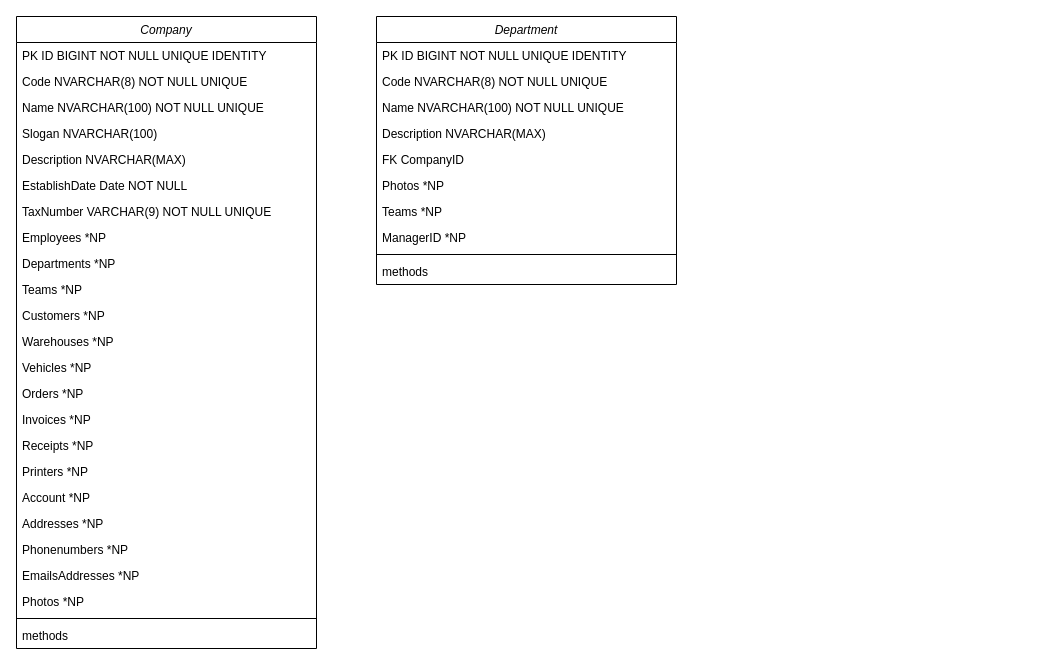
This is resources/diagrams/Class_Diagram.drawio from mjalbdour/mini_invoicer, a draw.io file, before an edit. Source tidied: cells renumbered, new cells numbered last; positions are measured from the earlier drawing's top-left corner, leaving out a move shared by most shapes. Both pictures are drawn from the tidied source at 100%, with x=0, y=0 at pixel (16, 16).
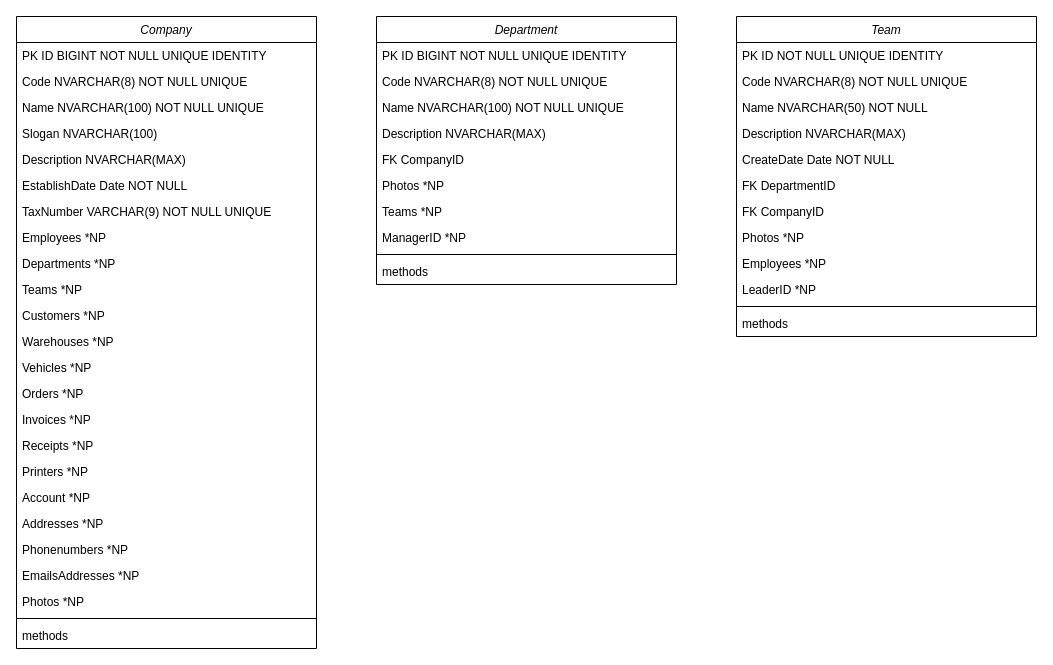
Above is the later version.

Commit message:
added Team Class

What changed in the source:
```diff
@@
+    <mxCell id="38" value="Team" style="swimlane;fontStyle=2;align=center;verticalAlign=top;horizontal=1;startSize=26;rounded=0;shadow=0;strokeWidth=1;" parent="1" vertex="1">
+      <mxGeometry x="720" width="300" height="320" as="geometry" />
+    </mxCell>
+    <mxCell id="39" value="PK ID NOT NULL UNIQUE IDENTITY" style="text;align=left;verticalAlign=top;spacingLeft=4;spacingRight=4;overflow=hidden;" parent="38" vertex="1">
+      <mxGeometry y="26" width="300" height="26" as="geometry" />
+    </mxCell>
+    <mxCell id="40" value="Code NVARCHAR(8) NOT NULL UNIQUE" style="text;align=left;verticalAlign=top;spacingLeft=4;spacingRight=4;overflow=hidden;" parent="38" vertex="1">
+      <mxGeometry y="52" width="300" height="26" as="geometry" />
+    </mxCell>
+    <mxCell id="41" value="Name NVARCHAR(50) NOT NULL" style="text;align=left;verticalAlign=top;spacingLeft=4;spacingRight=4;overflow=hidden;" parent="38" vertex="1">
+      <mxGeometry y="78" width="300" height="26" as="geometry" />
+    </mxCell>
+    <mxCell id="42" value="Description NVARCHAR(MAX)" style="text;align=left;verticalAlign=top;spacingLeft=4;spacingRight=4;overflow=hidden;" parent="38" vertex="1">
+      <mxGeometry y="104" width="300" height="26" as="geometry" />
+    </mxCell>
+    <mxCell id="43" value="CreateDate Date NOT NULL" style="text;align=left;verticalAlign=top;spacingLeft=4;spacingRight=4;overflow=hidden;" parent="38" vertex="1">
+      <mxGeometry y="130" width="300" height="26" as="geometry" />
+    </mxCell>
+    <mxCell id="44" value="FK DepartmentID" style="text;align=left;verticalAlign=top;spacingLeft=4;spacingRight=4;overflow=hidden;rounded=0;shadow=0;html=0;" parent="38" vertex="1">
+      <mxGeometry y="156" width="300" height="26" as="geometry" />
+    </mxCell>
+    <mxCell id="45" value="FK CompanyID" style="text;align=left;verticalAlign=top;spacingLeft=4;spacingRight=4;overflow=hidden;rounded=0;shadow=0;html=0;" parent="38" vertex="1">
+      <mxGeometry y="182" width="300" height="26" as="geometry" />
+    </mxCell>
+    <mxCell id="46" value="Photos *NP" style="text;align=left;verticalAlign=top;spacingLeft=4;spacingRight=4;overflow=hidden;" parent="38" vertex="1">
+      <mxGeometry y="208" width="300" height="26" as="geometry" />
+    </mxCell>
+    <mxCell id="47" value="Employees *NP" style="text;align=left;verticalAlign=top;spacingLeft=4;spacingRight=4;overflow=hidden;rounded=0;shadow=0;html=0;" parent="38" vertex="1">
+      <mxGeometry y="234" width="300" height="26" as="geometry" />
+    </mxCell>
+    <mxCell id="48" value="LeaderID *NP" style="text;align=left;verticalAlign=top;spacingLeft=4;spacingRight=4;overflow=hidden;rounded=0;shadow=0;html=0;" parent="38" vertex="1">
+      <mxGeometry y="260" width="300" height="26" as="geometry" />
+    </mxCell>
+    <mxCell id="49" style="line;html=1;strokeWidth=1;align=left;verticalAlign=middle;spacingTop=-1;spacingLeft=3;spacingRight=3;labelPosition=right;" parent="38" vertex="1">
+      <mxGeometry y="286" width="300" height="8" as="geometry" />
+    </mxCell>
+    <mxCell id="50" value="methods" style="text;align=left;verticalAlign=top;spacingLeft=4;spacingRight=4;overflow=hidden;" parent="38" vertex="1">
+      <mxGeometry y="294" width="300" height="26" as="geometry" />
+    </mxCell>
```
